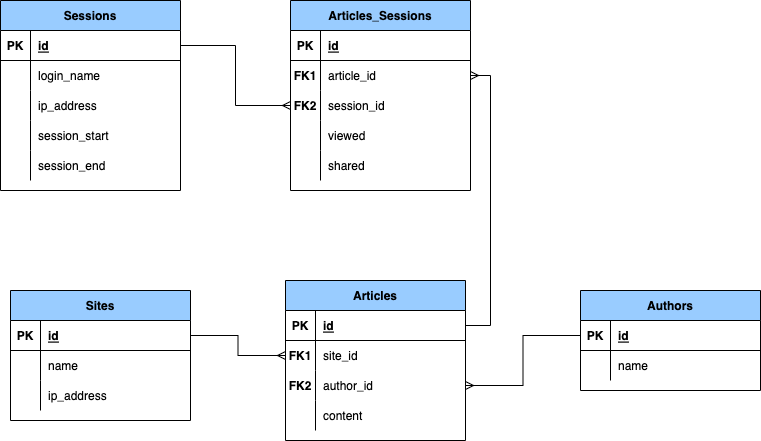
This is docs/presentations/dimensional_modeling-pt2/images/SitesAndArticles.drawio.png from chipzx92/DataEngineeringI320, a draw.io export, as it was before one commit. Source tidied: cells renumbered, new cells last; positions are measured from the earlier drawing's top-left corner, leaving out a move shared by most shapes. The source it was exported from:
```xml
<mxGraphModel>
  <root>
    <mxCell id="0" />
    <mxCell id="1" parent="0" />
    <mxCell id="2" value="Sites" style="shape=table;startSize=30;rowLines=0;fontStyle=1;align=center;fillColor=#99CCFF;" parent="1" vertex="1">
      <mxGeometry x="10" y="290" width="180" height="130" as="geometry" />
    </mxCell>
    <mxCell id="3" style="shape=tableRow;horizontal=0;startSize=0;swimlaneHead=0;swimlaneBody=0;fillColor=none;points=[[0,0.5],[1,0.5]];portConstraint=eastwest;top=0;left=0;right=0;bottom=1;" parent="2" vertex="1">
      <mxGeometry y="30" width="180" height="30" as="geometry" />
    </mxCell>
    <mxCell id="4" value="PK" style="shape=partialRectangle;fillColor=none;top=0;left=0;bottom=0;right=0;fontStyle=1;overflow=hidden;" parent="3" vertex="1">
      <mxGeometry width="30" height="30" as="geometry" />
    </mxCell>
    <mxCell id="5" value="id" style="shape=partialRectangle;fillColor=none;top=0;left=0;bottom=0;right=0;align=left;spacingLeft=6;fontStyle=5;overflow=hidden;" parent="3" vertex="1">
      <mxGeometry x="30" width="150" height="30" as="geometry" />
    </mxCell>
    <mxCell id="6" style="shape=tableRow;horizontal=0;startSize=0;swimlaneHead=0;swimlaneBody=0;fillColor=none;top=0;left=0;right=0;bottom=0;" parent="2" vertex="1">
      <mxGeometry y="60" width="180" height="30" as="geometry" />
    </mxCell>
    <mxCell id="7" style="shape=partialRectangle;fillColor=none;top=0;left=0;bottom=0;right=0;overflow=hidden;" parent="6" vertex="1">
      <mxGeometry width="30" height="30" as="geometry" />
    </mxCell>
    <mxCell id="8" value="name" style="shape=partialRectangle;fillColor=none;top=0;left=0;bottom=0;right=0;align=left;spacingLeft=6;overflow=hidden;" parent="6" vertex="1">
      <mxGeometry x="30" width="150" height="30" as="geometry" />
    </mxCell>
    <mxCell id="9" style="shape=tableRow;horizontal=0;startSize=0;swimlaneHead=0;swimlaneBody=0;fillColor=none;top=0;left=0;right=0;bottom=0;" parent="2" vertex="1">
      <mxGeometry y="90" width="180" height="30" as="geometry" />
    </mxCell>
    <mxCell id="10" style="shape=partialRectangle;fillColor=none;top=0;left=0;bottom=0;right=0;overflow=hidden;" parent="9" vertex="1">
      <mxGeometry width="30" height="30" as="geometry" />
    </mxCell>
    <mxCell id="11" value="ip_address" style="shape=partialRectangle;fillColor=none;top=0;left=0;bottom=0;right=0;align=left;spacingLeft=6;overflow=hidden;" parent="9" vertex="1">
      <mxGeometry x="30" width="150" height="30" as="geometry" />
    </mxCell>
    <mxCell id="12" value="Articles" style="shape=table;startSize=30;rowLines=0;fontStyle=1;align=center;fillColor=#99CCFF;" parent="1" vertex="1">
      <mxGeometry x="285" y="280" width="180" height="160" as="geometry" />
    </mxCell>
    <mxCell id="13" style="shape=tableRow;horizontal=0;startSize=0;swimlaneHead=0;swimlaneBody=0;fillColor=none;points=[[0,0.5],[1,0.5]];portConstraint=eastwest;top=0;left=0;right=0;bottom=1;" parent="12" vertex="1">
      <mxGeometry y="30" width="180" height="30" as="geometry" />
    </mxCell>
    <mxCell id="14" value="PK" style="shape=partialRectangle;fillColor=none;top=0;left=0;bottom=0;right=0;fontStyle=1;overflow=hidden;" parent="13" vertex="1">
      <mxGeometry width="30" height="30" as="geometry" />
    </mxCell>
    <mxCell id="15" value="id" style="shape=partialRectangle;fillColor=none;top=0;left=0;bottom=0;right=0;align=left;spacingLeft=6;fontStyle=5;overflow=hidden;" parent="13" vertex="1">
      <mxGeometry x="30" width="150" height="30" as="geometry" />
    </mxCell>
    <mxCell id="16" style="shape=tableRow;horizontal=0;startSize=0;swimlaneHead=0;swimlaneBody=0;fillColor=none;points=[[0,0.5],[1,0.5]];portConstraint=eastwest;top=0;left=0;right=0;bottom=0;" parent="12" vertex="1">
      <mxGeometry y="60" width="180" height="30" as="geometry" />
    </mxCell>
    <mxCell id="17" value="FK1" style="shape=partialRectangle;fillColor=none;top=0;left=0;bottom=0;right=0;overflow=hidden;fontStyle=1;" parent="16" vertex="1">
      <mxGeometry width="30" height="30" as="geometry" />
    </mxCell>
    <mxCell id="18" value="site_id" style="shape=partialRectangle;fillColor=none;top=0;left=0;bottom=0;right=0;align=left;spacingLeft=6;overflow=hidden;" parent="16" vertex="1">
      <mxGeometry x="30" width="150" height="30" as="geometry" />
    </mxCell>
    <mxCell id="19" style="shape=tableRow;horizontal=0;startSize=0;swimlaneHead=0;swimlaneBody=0;fillColor=none;points=[[0,0.5],[1,0.5]];portConstraint=eastwest;top=0;left=0;right=0;bottom=0;" parent="12" vertex="1">
      <mxGeometry y="90" width="180" height="30" as="geometry" />
    </mxCell>
    <mxCell id="20" value="FK2" style="shape=partialRectangle;fillColor=none;top=0;left=0;bottom=0;right=0;overflow=hidden;fontStyle=1;" parent="19" vertex="1">
      <mxGeometry width="30" height="30" as="geometry" />
    </mxCell>
    <mxCell id="21" value="author_id" style="shape=partialRectangle;fillColor=none;top=0;left=0;bottom=0;right=0;align=left;spacingLeft=6;overflow=hidden;" parent="19" vertex="1">
      <mxGeometry x="30" width="150" height="30" as="geometry" />
    </mxCell>
    <mxCell id="22" style="shape=tableRow;horizontal=0;startSize=0;swimlaneHead=0;swimlaneBody=0;fillColor=none;top=0;left=0;right=0;bottom=0;" parent="12" vertex="1">
      <mxGeometry y="120" width="180" height="30" as="geometry" />
    </mxCell>
    <mxCell id="23" style="shape=partialRectangle;fillColor=none;top=0;left=0;bottom=0;right=0;overflow=hidden;" parent="22" vertex="1">
      <mxGeometry width="30" height="30" as="geometry" />
    </mxCell>
    <mxCell id="24" value="content" style="shape=partialRectangle;fillColor=none;top=0;left=0;bottom=0;right=0;align=left;spacingLeft=6;overflow=hidden;" parent="22" vertex="1">
      <mxGeometry x="30" width="150" height="30" as="geometry" />
    </mxCell>
    <mxCell id="25" value="Authors" style="shape=table;startSize=30;rowLines=0;fontStyle=1;align=center;fillColor=#99CCFF;" parent="1" vertex="1">
      <mxGeometry x="580" y="290" width="180" height="100" as="geometry" />
    </mxCell>
    <mxCell id="26" style="shape=tableRow;horizontal=0;startSize=0;swimlaneHead=0;swimlaneBody=0;fillColor=none;points=[[0,0.5],[1,0.5]];portConstraint=eastwest;top=0;left=0;right=0;bottom=1;" parent="25" vertex="1">
      <mxGeometry y="30" width="180" height="30" as="geometry" />
    </mxCell>
    <mxCell id="27" value="PK" style="shape=partialRectangle;fillColor=none;top=0;left=0;bottom=0;right=0;fontStyle=1;overflow=hidden;" parent="26" vertex="1">
      <mxGeometry width="30" height="30" as="geometry" />
    </mxCell>
    <mxCell id="28" value="id" style="shape=partialRectangle;fillColor=none;top=0;left=0;bottom=0;right=0;align=left;spacingLeft=6;fontStyle=5;overflow=hidden;" parent="26" vertex="1">
      <mxGeometry x="30" width="150" height="30" as="geometry" />
    </mxCell>
    <mxCell id="29" style="shape=tableRow;horizontal=0;startSize=0;swimlaneHead=0;swimlaneBody=0;fillColor=none;top=0;left=0;right=0;bottom=0;" parent="25" vertex="1">
      <mxGeometry y="60" width="180" height="30" as="geometry" />
    </mxCell>
    <mxCell id="30" style="shape=partialRectangle;fillColor=none;top=0;left=0;bottom=0;right=0;overflow=hidden;" parent="29" vertex="1">
      <mxGeometry width="30" height="30" as="geometry" />
    </mxCell>
    <mxCell id="31" value="name" style="shape=partialRectangle;fillColor=none;top=0;left=0;bottom=0;right=0;align=left;spacingLeft=6;overflow=hidden;" parent="29" vertex="1">
      <mxGeometry x="30" width="150" height="30" as="geometry" />
    </mxCell>
    <mxCell id="32" value="Sessions" style="shape=table;startSize=30;rowLines=0;fontStyle=1;align=center;fillColor=#99CCFF;" parent="1" vertex="1">
      <mxGeometry width="180" height="190" as="geometry" />
    </mxCell>
    <mxCell id="33" style="shape=tableRow;horizontal=0;startSize=0;swimlaneHead=0;swimlaneBody=0;fillColor=none;points=[[0,0.5],[1,0.5]];portConstraint=eastwest;top=0;left=0;right=0;bottom=1;" parent="32" vertex="1">
      <mxGeometry y="30" width="180" height="30" as="geometry" />
    </mxCell>
    <mxCell id="34" value="PK" style="shape=partialRectangle;fillColor=none;top=0;left=0;bottom=0;right=0;fontStyle=1;overflow=hidden;" parent="33" vertex="1">
      <mxGeometry width="30" height="30" as="geometry" />
    </mxCell>
    <mxCell id="35" value="id" style="shape=partialRectangle;fillColor=none;top=0;left=0;bottom=0;right=0;align=left;spacingLeft=6;fontStyle=5;overflow=hidden;" parent="33" vertex="1">
      <mxGeometry x="30" width="150" height="30" as="geometry" />
    </mxCell>
    <mxCell id="36" style="shape=tableRow;horizontal=0;startSize=0;swimlaneHead=0;swimlaneBody=0;fillColor=none;top=0;left=0;right=0;bottom=0;" parent="32" vertex="1">
      <mxGeometry y="60" width="180" height="30" as="geometry" />
    </mxCell>
    <mxCell id="37" style="shape=partialRectangle;fillColor=none;top=0;left=0;bottom=0;right=0;overflow=hidden;" parent="36" vertex="1">
      <mxGeometry width="30" height="30" as="geometry" />
    </mxCell>
    <mxCell id="38" value="login_name" style="shape=partialRectangle;fillColor=none;top=0;left=0;bottom=0;right=0;align=left;spacingLeft=6;overflow=hidden;" parent="36" vertex="1">
      <mxGeometry x="30" width="150" height="30" as="geometry" />
    </mxCell>
    <mxCell id="39" style="shape=tableRow;horizontal=0;startSize=0;swimlaneHead=0;swimlaneBody=0;fillColor=none;top=0;left=0;right=0;bottom=0;" parent="32" vertex="1">
      <mxGeometry y="90" width="180" height="30" as="geometry" />
    </mxCell>
    <mxCell id="40" style="shape=partialRectangle;fillColor=none;top=0;left=0;bottom=0;right=0;overflow=hidden;" parent="39" vertex="1">
      <mxGeometry width="30" height="30" as="geometry" />
    </mxCell>
    <mxCell id="41" value="ip_address" style="shape=partialRectangle;fillColor=none;top=0;left=0;bottom=0;right=0;align=left;spacingLeft=6;overflow=hidden;" parent="39" vertex="1">
      <mxGeometry x="30" width="150" height="30" as="geometry" />
    </mxCell>
    <mxCell id="42" style="shape=tableRow;horizontal=0;startSize=0;swimlaneHead=0;swimlaneBody=0;fillColor=none;top=0;left=0;right=0;bottom=0;" parent="32" vertex="1">
      <mxGeometry y="120" width="180" height="30" as="geometry" />
    </mxCell>
    <mxCell id="43" style="shape=partialRectangle;fillColor=none;top=0;left=0;bottom=0;right=0;overflow=hidden;" parent="42" vertex="1">
      <mxGeometry width="30" height="30" as="geometry" />
    </mxCell>
    <mxCell id="44" value="session_start" style="shape=partialRectangle;fillColor=none;top=0;left=0;bottom=0;right=0;align=left;spacingLeft=6;overflow=hidden;" parent="42" vertex="1">
      <mxGeometry x="30" width="150" height="30" as="geometry" />
    </mxCell>
    <mxCell id="45" style="shape=tableRow;horizontal=0;startSize=0;swimlaneHead=0;swimlaneBody=0;fillColor=none;top=0;left=0;right=0;bottom=0;" parent="32" vertex="1">
      <mxGeometry y="150" width="180" height="30" as="geometry" />
    </mxCell>
    <mxCell id="46" style="shape=partialRectangle;fillColor=none;top=0;left=0;bottom=0;right=0;overflow=hidden;" parent="45" vertex="1">
      <mxGeometry width="30" height="30" as="geometry" />
    </mxCell>
    <mxCell id="47" value="session_end" style="shape=partialRectangle;fillColor=none;top=0;left=0;bottom=0;right=0;align=left;spacingLeft=6;overflow=hidden;" parent="45" vertex="1">
      <mxGeometry x="30" width="150" height="30" as="geometry" />
    </mxCell>
    <mxCell id="48" value="Articles_Sessions" style="shape=table;startSize=30;rowLines=0;fontStyle=1;align=center;fillColor=#99CCFF;" parent="1" vertex="1">
      <mxGeometry x="290" width="180" height="190" as="geometry" />
    </mxCell>
    <mxCell id="49" style="shape=tableRow;horizontal=0;startSize=0;swimlaneHead=0;swimlaneBody=0;fillColor=none;top=0;left=0;right=0;bottom=1;" parent="48" vertex="1">
      <mxGeometry y="30" width="180" height="30" as="geometry" />
    </mxCell>
    <mxCell id="50" value="PK" style="shape=partialRectangle;fillColor=none;top=0;left=0;bottom=0;right=0;fontStyle=1;overflow=hidden;" parent="49" vertex="1">
      <mxGeometry width="30" height="30" as="geometry" />
    </mxCell>
    <mxCell id="51" value="id" style="shape=partialRectangle;fillColor=none;top=0;left=0;bottom=0;right=0;align=left;spacingLeft=6;fontStyle=5;overflow=hidden;" parent="49" vertex="1">
      <mxGeometry x="30" width="150" height="30" as="geometry" />
    </mxCell>
    <mxCell id="52" style="shape=tableRow;horizontal=0;startSize=0;swimlaneHead=0;swimlaneBody=0;fillColor=none;points=[[0,0.5],[1,0.5]];portConstraint=eastwest;top=0;left=0;right=0;bottom=0;" parent="48" vertex="1">
      <mxGeometry y="60" width="180" height="30" as="geometry" />
    </mxCell>
    <mxCell id="53" value="FK1" style="shape=partialRectangle;fillColor=none;top=0;left=0;bottom=0;right=0;overflow=hidden;fontStyle=1;" parent="52" vertex="1">
      <mxGeometry width="30" height="30" as="geometry" />
    </mxCell>
    <mxCell id="54" value="article_id" style="shape=partialRectangle;fillColor=none;top=0;left=0;bottom=0;right=0;align=left;spacingLeft=6;overflow=hidden;" parent="52" vertex="1">
      <mxGeometry x="30" width="150" height="30" as="geometry" />
    </mxCell>
    <mxCell id="55" style="shape=tableRow;horizontal=0;startSize=0;swimlaneHead=0;swimlaneBody=0;fillColor=none;points=[[0,0.5],[1,0.5]];portConstraint=eastwest;top=0;left=0;right=0;bottom=0;" parent="48" vertex="1">
      <mxGeometry y="90" width="180" height="30" as="geometry" />
    </mxCell>
    <mxCell id="56" value="FK2" style="shape=partialRectangle;fillColor=none;top=0;left=0;bottom=0;right=0;overflow=hidden;fontStyle=1;" parent="55" vertex="1">
      <mxGeometry width="30" height="30" as="geometry" />
    </mxCell>
    <mxCell id="57" value="session_id" style="shape=partialRectangle;fillColor=none;top=0;left=0;bottom=0;right=0;align=left;spacingLeft=6;overflow=hidden;" parent="55" vertex="1">
      <mxGeometry x="30" width="150" height="30" as="geometry" />
    </mxCell>
    <mxCell id="58" style="shape=tableRow;horizontal=0;startSize=0;swimlaneHead=0;swimlaneBody=0;fillColor=none;top=0;left=0;right=0;bottom=0;" parent="48" vertex="1">
      <mxGeometry y="120" width="180" height="30" as="geometry" />
    </mxCell>
    <mxCell id="59" style="shape=partialRectangle;fillColor=none;top=0;left=0;bottom=0;right=0;overflow=hidden;" parent="58" vertex="1">
      <mxGeometry width="30" height="30" as="geometry" />
    </mxCell>
    <mxCell id="60" value="viewed" style="shape=partialRectangle;fillColor=none;top=0;left=0;bottom=0;right=0;align=left;spacingLeft=6;overflow=hidden;" parent="58" vertex="1">
      <mxGeometry x="30" width="150" height="30" as="geometry" />
    </mxCell>
    <mxCell id="61" style="shape=tableRow;horizontal=0;startSize=0;swimlaneHead=0;swimlaneBody=0;fillColor=none;top=0;left=0;right=0;bottom=0;" parent="48" vertex="1">
      <mxGeometry y="150" width="180" height="30" as="geometry" />
    </mxCell>
    <mxCell id="62" style="shape=partialRectangle;fillColor=none;top=0;left=0;bottom=0;right=0;overflow=hidden;" parent="61" vertex="1">
      <mxGeometry width="30" height="30" as="geometry" />
    </mxCell>
    <mxCell id="63" value="shared" style="shape=partialRectangle;fillColor=none;top=0;left=0;bottom=0;right=0;align=left;spacingLeft=6;overflow=hidden;" parent="61" vertex="1">
      <mxGeometry x="30" width="150" height="30" as="geometry" />
    </mxCell>
    <mxCell id="64" style="edgeStyle=orthogonalEdgeStyle;rounded=0;jettySize=auto;html=1;entryX=0;entryY=0.5;entryDx=0;entryDy=0;endArrow=ERmany;endFill=0;" parent="1" edge="1" source="33" target="55">
      <mxGeometry relative="1" as="geometry" />
    </mxCell>
    <mxCell id="65" style="edgeStyle=orthogonalEdgeStyle;rounded=0;jettySize=auto;html=1;entryX=1;entryY=0.5;entryDx=0;entryDy=0;endArrow=ERmany;endFill=0;" parent="1" edge="1" source="26" target="19">
      <mxGeometry relative="1" as="geometry" />
    </mxCell>
    <mxCell id="66" style="edgeStyle=orthogonalEdgeStyle;rounded=0;jettySize=auto;html=1;endArrow=ERmany;endFill=0;" parent="1" edge="1" source="3" target="16">
      <mxGeometry relative="1" as="geometry" />
    </mxCell>
    <mxCell id="67" style="edgeStyle=orthogonalEdgeStyle;rounded=0;jettySize=auto;html=1;entryX=1;entryY=0.5;entryDx=0;entryDy=0;endArrow=ERmany;endFill=0;" parent="1" edge="1" source="13" target="52">
      <mxGeometry relative="1" as="geometry" />
    </mxCell>
  </root>
</mxGraphModel>
```
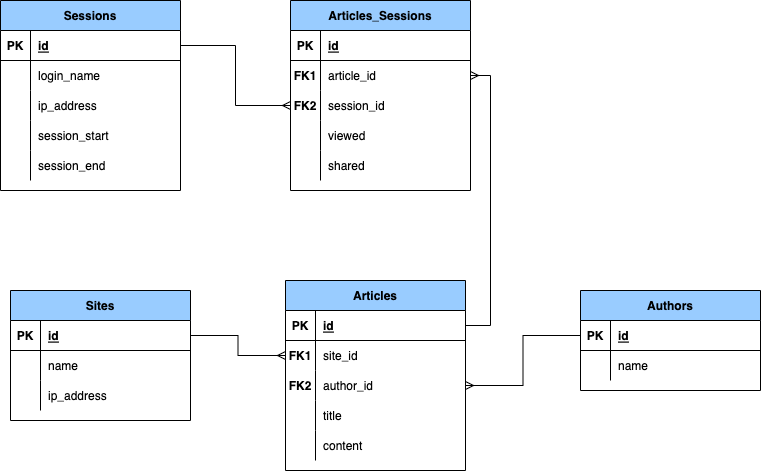
After the commit.

Commit message:
Another update to presentation

What changed in the source:
```diff
@@ -33,7 +33,7 @@
       <mxGeometry x="30" width="150" height="30" as="geometry" />
     </mxCell>
     <mxCell id="12" value="Articles" style="shape=table;startSize=30;rowLines=0;fontStyle=1;align=center;fillColor=#99CCFF;" parent="1" vertex="1">
-      <mxGeometry x="285" y="280" width="180" height="160" as="geometry" />
+      <mxGeometry x="285" y="280" width="180" height="190" as="geometry" />
     </mxCell>
     <mxCell id="13" style="shape=tableRow;horizontal=0;startSize=0;swimlaneHead=0;swimlaneBody=0;fillColor=none;points=[[0,0.5],[1,0.5]];portConstraint=eastwest;top=0;left=0;right=0;bottom=1;" parent="12" vertex="1">
       <mxGeometry y="30" width="180" height="30" as="geometry" />
@@ -62,8 +62,17 @@
     <mxCell id="21" value="author_id" style="shape=partialRectangle;fillColor=none;top=0;left=0;bottom=0;right=0;align=left;spacingLeft=6;overflow=hidden;" parent="19" vertex="1">
       <mxGeometry x="30" width="150" height="30" as="geometry" />
     </mxCell>
+    <mxCell id="68" style="shape=tableRow;horizontal=0;startSize=0;swimlaneHead=0;swimlaneBody=0;fillColor=none;top=0;left=0;right=0;bottom=0;" parent="12" vertex="1">
+      <mxGeometry y="120" width="180" height="30" as="geometry" />
+    </mxCell>
+    <mxCell id="69" style="shape=partialRectangle;fillColor=none;top=0;left=0;bottom=0;right=0;overflow=hidden;fontStyle=1;" parent="68" vertex="1">
+      <mxGeometry width="30" height="30" as="geometry" />
+    </mxCell>
+    <mxCell id="70" value="title" style="shape=partialRectangle;fillColor=none;top=0;left=0;bottom=0;right=0;align=left;spacingLeft=6;overflow=hidden;" parent="68" vertex="1">
+      <mxGeometry x="30" width="150" height="30" as="geometry" />
+    </mxCell>
     <mxCell id="22" style="shape=tableRow;horizontal=0;startSize=0;swimlaneHead=0;swimlaneBody=0;fillColor=none;top=0;left=0;right=0;bottom=0;" parent="12" vertex="1">
-      <mxGeometry y="120" width="180" height="30" as="geometry" />
+      <mxGeometry y="150" width="180" height="30" as="geometry" />
     </mxCell>
     <mxCell id="23" style="shape=partialRectangle;fillColor=none;top=0;left=0;bottom=0;right=0;overflow=hidden;" parent="22" vertex="1">
       <mxGeometry width="30" height="30" as="geometry" />
```
